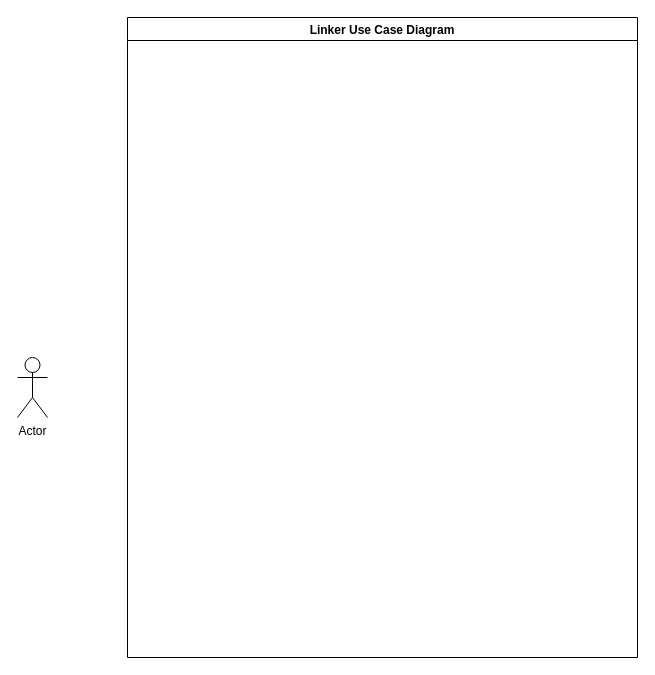
Before: page "Use Case Diagram" (2 of 2) of docs/Linker.drawio in data-miner00/Linker, a draw.io diagram. Source tidied: cells renumbered, new cells numbered last; positions are measured from the earlier drawing's top-left corner, leaving out a move shared by most shapes. Both pictures are drawn from the tidied source at 100%, with x=0, y=0 at pixel (17, 17).
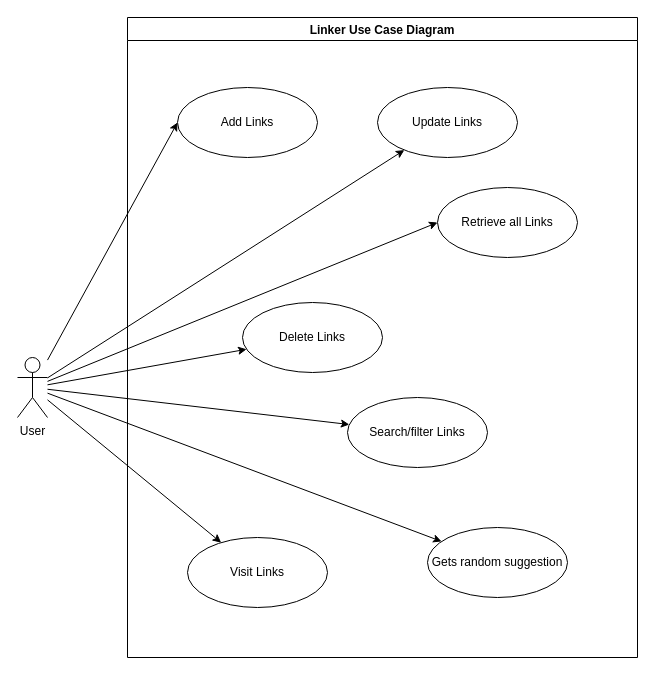
The same diagram, later.

Change to the diagram source:
```diff
@@
 <mxGraphModel>
   <root>
     <mxCell id="0" />
     <mxCell id="1" parent="0" />
     <mxCell id="2" value="Linker Use Case Diagram" style="swimlane;" parent="1" vertex="1">
       <mxGeometry x="110" width="510" height="640" as="geometry" />
     </mxCell>
+    <mxCell id="4" value="Add Links" style="ellipse;whiteSpace=wrap;html=1;" parent="2" vertex="1">
+      <mxGeometry x="50" y="70" width="140" height="70" as="geometry" />
+    </mxCell>
+    <mxCell id="5" value="Retrieve all Links" style="ellipse;whiteSpace=wrap;html=1;" parent="2" vertex="1">
+      <mxGeometry x="310" y="170" width="140" height="70" as="geometry" />
+    </mxCell>
+    <mxCell id="6" value="Update Links" style="ellipse;whiteSpace=wrap;html=1;" parent="2" vertex="1">
+      <mxGeometry x="250" y="70" width="140" height="70" as="geometry" />
+    </mxCell>
+    <mxCell id="7" value="Delete Links" style="ellipse;whiteSpace=wrap;html=1;" parent="2" vertex="1">
+      <mxGeometry x="115" y="285" width="140" height="70" as="geometry" />
+    </mxCell>
+    <mxCell id="8" value="Search/filter Links" style="ellipse;whiteSpace=wrap;html=1;" parent="2" vertex="1">
+      <mxGeometry x="220" y="380" width="140" height="70" as="geometry" />
+    </mxCell>
+    <mxCell id="9" value="Gets random suggestion" style="ellipse;whiteSpace=wrap;html=1;" parent="2" vertex="1">
+      <mxGeometry x="300" y="510" width="140" height="70" as="geometry" />
+    </mxCell>
+    <mxCell id="10" value="Visit Links" style="ellipse;whiteSpace=wrap;html=1;" parent="2" vertex="1">
+      <mxGeometry x="60" y="520" width="140" height="70" as="geometry" />
+    </mxCell>
+    <mxCell id="11" style="rounded=0;jettySize=auto;html=1;entryX=0;entryY=0.5;entryDx=0;entryDy=0;" parent="1" edge="1" source="3" target="4">
+      <mxGeometry relative="1" as="geometry" />
+    </mxCell>
+    <mxCell id="12" style="edgeStyle=none;rounded=0;jettySize=auto;html=1;" parent="1" edge="1" source="3" target="6">
+      <mxGeometry relative="1" as="geometry" />
+    </mxCell>
+    <mxCell id="13" style="edgeStyle=none;rounded=0;jettySize=auto;html=1;entryX=0;entryY=0.5;entryDx=0;entryDy=0;" parent="1" edge="1" source="3" target="5">
+      <mxGeometry relative="1" as="geometry" />
+    </mxCell>
+    <mxCell id="14" style="edgeStyle=none;rounded=0;jettySize=auto;html=1;" parent="1" edge="1" source="3" target="7">
+      <mxGeometry relative="1" as="geometry" />
+    </mxCell>
+    <mxCell id="15" style="edgeStyle=none;rounded=0;jettySize=auto;html=1;" parent="1" edge="1" source="3" target="8">
+      <mxGeometry relative="1" as="geometry" />
+    </mxCell>
+    <mxCell id="16" style="edgeStyle=none;rounded=0;jettySize=auto;html=1;" parent="1" edge="1" source="3" target="9">
+      <mxGeometry relative="1" as="geometry" />
+    </mxCell>
+    <mxCell id="17" style="edgeStyle=none;rounded=0;jettySize=auto;html=1;" parent="1" edge="1" source="3" target="10">
+      <mxGeometry relative="1" as="geometry" />
+    </mxCell>
-    <mxCell id="3" value="Actor" style="shape=umlActor;verticalLabelPosition=bottom;verticalAlign=top;html=1;outlineConnect=0;" parent="1" vertex="1">
+    <mxCell id="3" value="User" style="shape=umlActor;verticalLabelPosition=bottom;verticalAlign=top;html=1;outlineConnect=0;" parent="1" vertex="1">
       <mxGeometry y="340" width="30" height="60" as="geometry" />
     </mxCell>
   </root>
 </mxGraphModel>
```
